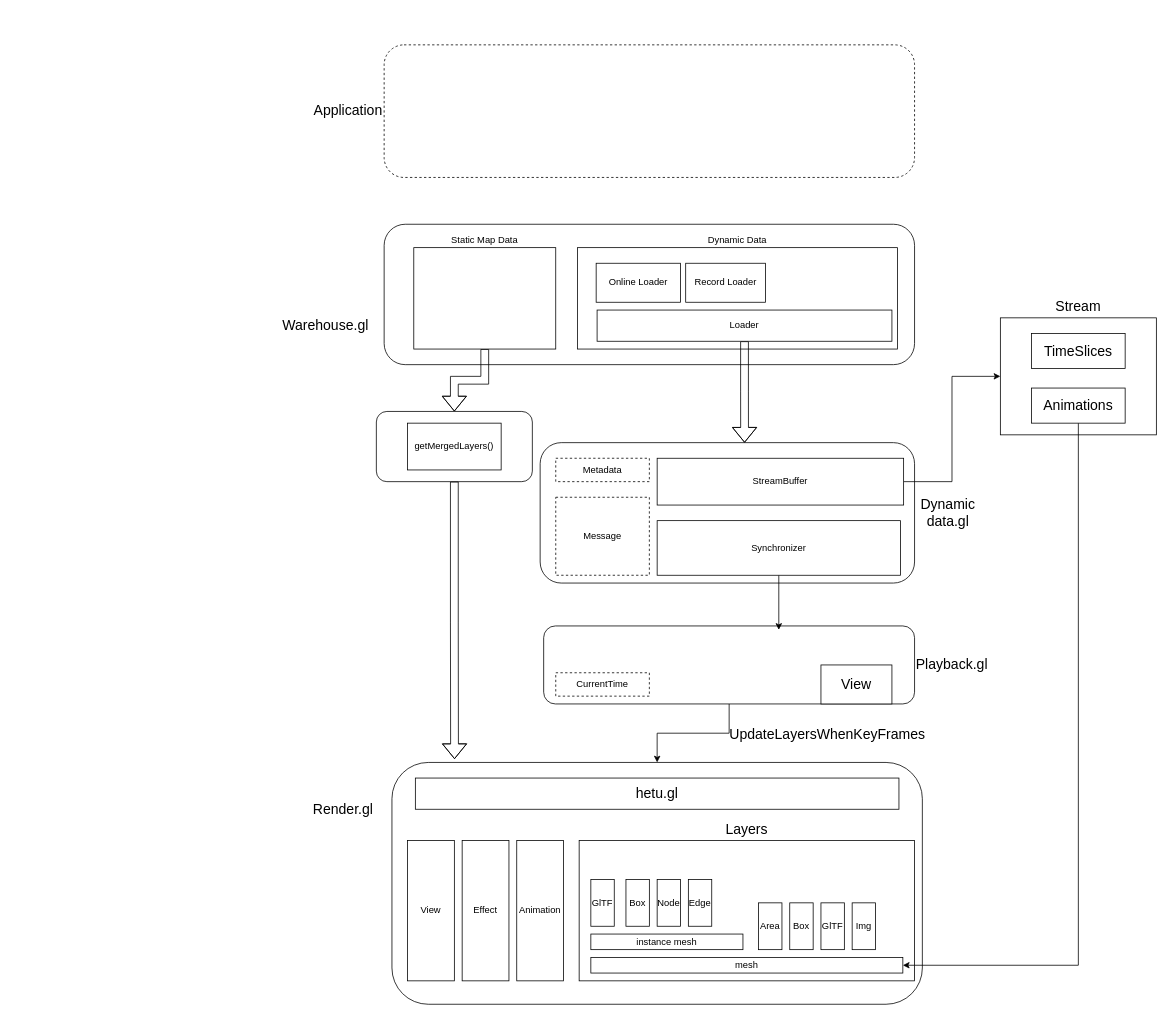
Earlier version of the draw.io diagram Untitled Diagram.drawio (hookex/chart). Source tidied: cells renumbered, new cells numbered last; positions are measured from the earlier drawing's top-left corner, leaving out a move shared by most shapes. Both pictures are drawn from the tidied source at 78%, with x=0, y=0 at pixel (310, 44).
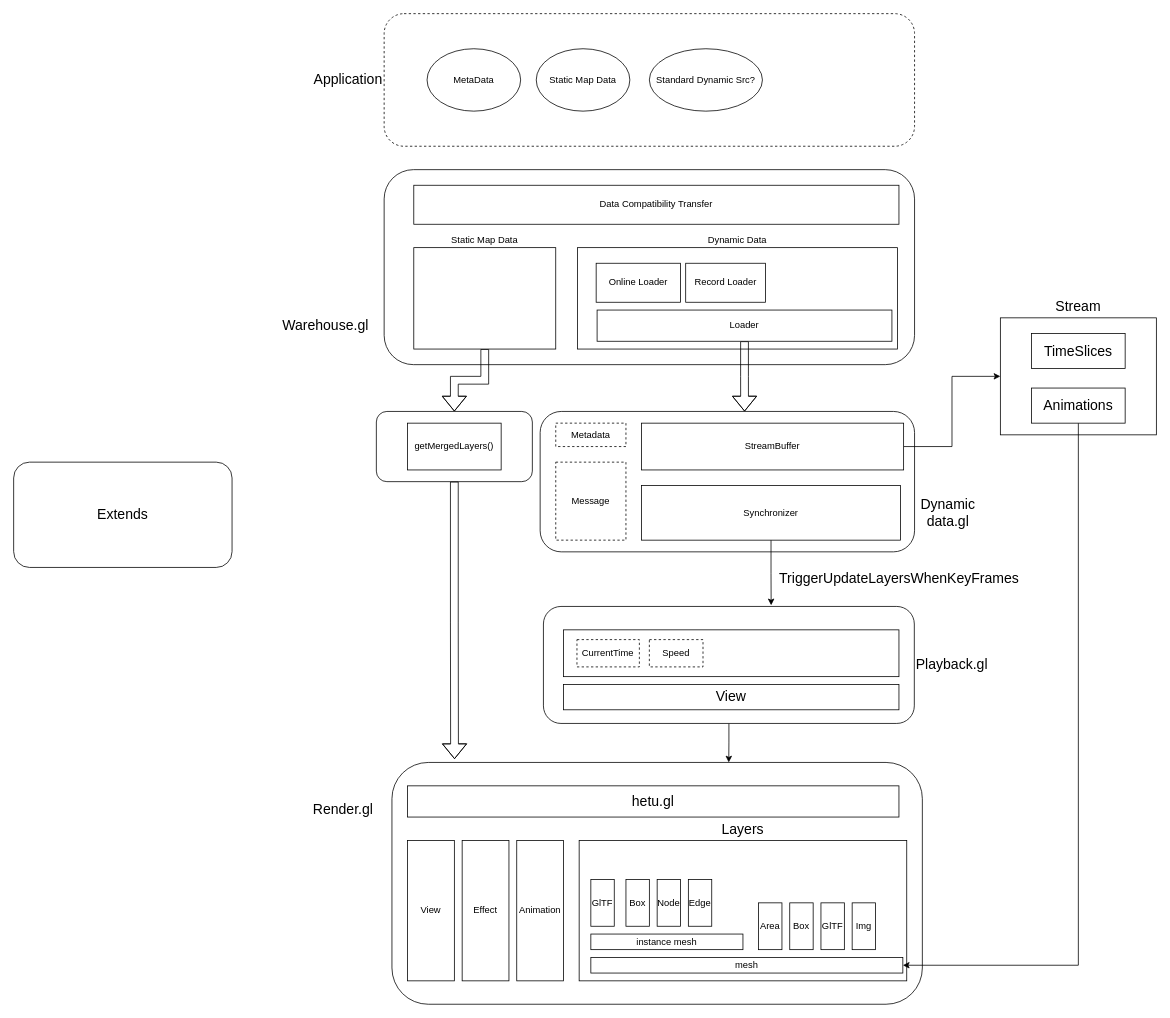
The same page after the edit.

Unchanged cells that the change refers to:
```xml
<mxCell id="2" style="rounded=1;whiteSpace=wrap;html=1;" parent="1" vertex="1">
  <mxGeometry x="105" y="920" width="680" height="310" as="geometry" />
</mxCell>
```

Change to the diagram source:
```diff
@@
     <mxCell id="4" style="rounded=1;whiteSpace=wrap;html=1;" parent="1" vertex="1">
-      <mxGeometry x="295" y="510" width="480" height="180" as="geometry" />
+      <mxGeometry x="295" y="470" width="480" height="180" as="geometry" />
     </mxCell>
@@
     <mxCell id="6" style="rounded=1;whiteSpace=wrap;html=1;" parent="1" vertex="1">
-      <mxGeometry x="95" y="230" width="680" height="180" as="geometry" />
+      <mxGeometry x="95" y="160" width="680" height="250" as="geometry" />
     </mxCell>
@@
-    <mxCell id="8" style="edgeStyle=orthogonalEdgeStyle;rounded=0;jettySize=auto;html=1;fontSize=18;" parent="1" edge="1" source="9" target="2">
+    <mxCell id="8" style="edgeStyle=orthogonalEdgeStyle;rounded=0;jettySize=auto;html=1;fontSize=18;entryX=0.635;entryY=0;entryDx=0;entryDy=0;entryPerimeter=0;" parent="1" edge="1" source="9" target="2">
       <mxGeometry relative="1" as="geometry" />
     </mxCell>
     <mxCell id="9" value="Playback.gl" style="rounded=1;whiteSpace=wrap;html=1;labelPosition=right;verticalLabelPosition=middle;align=left;verticalAlign=middle;fontSize=18;" parent="1" vertex="1">
-      <mxGeometry x="299.5" y="745" width="475.5" height="100" as="geometry" />
+      <mxGeometry x="299.2" y="720" width="475.5" height="150" as="geometry" />
     </mxCell>
     <mxCell id="10" value="hetu.gl" style="rounded=0;whiteSpace=wrap;html=1;fontSize=18;" parent="1" vertex="1">
-      <mxGeometry x="135" y="940" width="620" height="40" as="geometry" />
+      <mxGeometry x="125" y="950" width="630" height="40" as="geometry" />
     </mxCell>
@@
     <mxCell id="13" value="Layers" style="rounded=0;whiteSpace=wrap;html=1;fontSize=18;labelPosition=center;verticalLabelPosition=top;align=center;verticalAlign=bottom;" parent="1" vertex="1">
-      <mxGeometry x="345" y="1020" width="430" height="180" as="geometry" />
+      <mxGeometry x="345" y="1020" width="420" height="180" as="geometry" />
     </mxCell>
@@
-    <mxCell id="24" style="edgeStyle=orthogonalEdgeStyle;rounded=0;jettySize=auto;html=1;entryX=0.634;entryY=0.05;entryDx=0;entryDy=0;entryPerimeter=0;fontSize=18;" parent="1" edge="1" source="25" target="9">
+    <mxCell id="24" style="edgeStyle=orthogonalEdgeStyle;rounded=0;jettySize=auto;html=1;entryX=0.614;entryY=-0.01;entryDx=0;entryDy=0;entryPerimeter=0;fontSize=12;" parent="1" edge="1" source="25" target="9">
       <mxGeometry relative="1" as="geometry" />
     </mxCell>
     <mxCell id="25" value="Synchronizer" style="rounded=0;whiteSpace=wrap;html=1;fillColor=#ffffff;fontSize=12;labelPosition=center;verticalLabelPosition=middle;align=center;verticalAlign=middle;" parent="1" vertex="1">
-      <mxGeometry x="445" y="610" width="312" height="70" as="geometry" />
+      <mxGeometry x="425" y="565" width="332" height="70" as="geometry" />
     </mxCell>
@@
     <mxCell id="27" value="StreamBuffer" style="rounded=0;whiteSpace=wrap;html=1;fillColor=#ffffff;fontSize=12;" parent="1" vertex="1">
-      <mxGeometry x="445" y="530" width="316" height="60" as="geometry" />
+      <mxGeometry x="425" y="485" width="336" height="60" as="geometry" />
     </mxCell>
@@
     <mxCell id="37" value="Metadata" style="rounded=0;whiteSpace=wrap;html=1;fillColor=#ffffff;fontSize=12;dashed=1;" parent="1" vertex="1">
-      <mxGeometry x="315" y="530" width="120" height="30" as="geometry" />
+      <mxGeometry x="315" y="485" width="90" height="30" as="geometry" />
     </mxCell>
     <mxCell id="38" value="Message" style="rounded=0;whiteSpace=wrap;html=1;dashed=1;fillColor=#ffffff;fontSize=12;labelPosition=center;verticalLabelPosition=middle;align=center;verticalAlign=middle;" parent="1" vertex="1">
-      <mxGeometry x="315" y="580" width="120" height="100" as="geometry" />
+      <mxGeometry x="315" y="535" width="90" height="100" as="geometry" />
     </mxCell>
     <mxCell id="39" value="Application" style="rounded=1;whiteSpace=wrap;html=1;dashed=1;fillColor=#ffffff;fontSize=18;labelPosition=left;verticalLabelPosition=middle;align=right;verticalAlign=middle;" parent="1" vertex="1">
-      <mxGeometry x="95" width="680" height="170" as="geometry" />
+      <mxGeometry x="95" y="-40" width="680" height="170" as="geometry" />
     </mxCell>
-    <mxCell id="40" value="CurrentTime" style="rounded=0;whiteSpace=wrap;html=1;fillColor=#ffffff;fontSize=12;dashed=1;" parent="1" vertex="1">
-      <mxGeometry x="315" y="805" width="120" height="30" as="geometry" />
-    </mxCell>
@@
     <mxCell id="47" value="View" style="rounded=0;whiteSpace=wrap;html=1;fillColor=#ffffff;fontSize=18;" parent="1" vertex="1">
-      <mxGeometry x="655" y="795" width="91" height="50" as="geometry" />
+      <mxGeometry x="325" y="820" width="430" height="32.5" as="geometry" />
     </mxCell>
-    <mxCell id="48" value="UpdateLayersWhenKeyFrames" style="text;html=1;align=center;verticalAlign=middle;fontSize=18;" parent="1" vertex="1">
-      <mxGeometry x="528" y="870" width="270" height="30" as="geometry" />
+    <mxCell id="48" value="TriggerUpdateLayersWhenKeyFrames" style="text;html=1;align=center;verticalAlign=middle;fontSize=18;" parent="1" vertex="1">
+      <mxGeometry x="595" y="670" width="320" height="30" as="geometry" />
     </mxCell>
+    <mxCell id="49" value="Data Compatibility Transfer" style="rounded=0;whiteSpace=wrap;html=1;fillColor=#ffffff;fontSize=12;" parent="1" vertex="1">
+      <mxGeometry x="133" y="180" width="622" height="50" as="geometry" />
+    </mxCell>
+    <mxCell id="50" style="group;labelPosition=center;verticalLabelPosition=top;align=center;verticalAlign=bottom;" parent="1" vertex="1">
+      <mxGeometry x="325" y="750" width="430" height="60" as="geometry" />
+    </mxCell>
+    <mxCell id="51" style="rounded=0;whiteSpace=wrap;html=1;fillColor=#ffffff;fontSize=12;" parent="50" vertex="1">
+      <mxGeometry width="430" height="60" as="geometry" />
+    </mxCell>
+    <mxCell id="52" style="group;" parent="50" vertex="1">
+      <mxGeometry x="17.2" y="12.5" width="147.9" height="35" as="geometry" />
+    </mxCell>
+    <mxCell id="40" value="CurrentTime" style="rounded=0;whiteSpace=wrap;html=1;fillColor=#ffffff;fontSize=12;dashed=1;" parent="52" vertex="1">
+      <mxGeometry width="80" height="35" as="geometry" />
+    </mxCell>
+    <mxCell id="53" value="Speed" style="rounded=0;whiteSpace=wrap;html=1;fillColor=#ffffff;fontSize=12;dashed=1;" parent="50" vertex="1">
+      <mxGeometry x="110" y="12.5" width="68.8" height="35" as="geometry" />
+    </mxCell>
+    <mxCell id="54" value="MetaData" style="ellipse;whiteSpace=wrap;html=1;fillColor=#ffffff;fontSize=12;" parent="1" vertex="1">
+      <mxGeometry x="150" y="5" width="120" height="80" as="geometry" />
+    </mxCell>
+    <mxCell id="55" value="Static Map Data" style="ellipse;whiteSpace=wrap;html=1;fillColor=#ffffff;fontSize=12;" parent="1" vertex="1">
+      <mxGeometry x="290" y="5" width="120" height="80" as="geometry" />
+    </mxCell>
+    <mxCell id="56" value="Standard Dynamic Src?" style="ellipse;whiteSpace=wrap;html=1;fillColor=#ffffff;fontSize=12;" parent="1" vertex="1">
+      <mxGeometry x="435" y="5" width="145" height="80" as="geometry" />
+    </mxCell>
+    <mxCell id="57" value="Extends" style="rounded=1;whiteSpace=wrap;html=1;fillColor=#ffffff;fontSize=18;" parent="1" vertex="1">
+      <mxGeometry x="-380" y="535" width="280" height="135" as="geometry" />
+    </mxCell>
```
